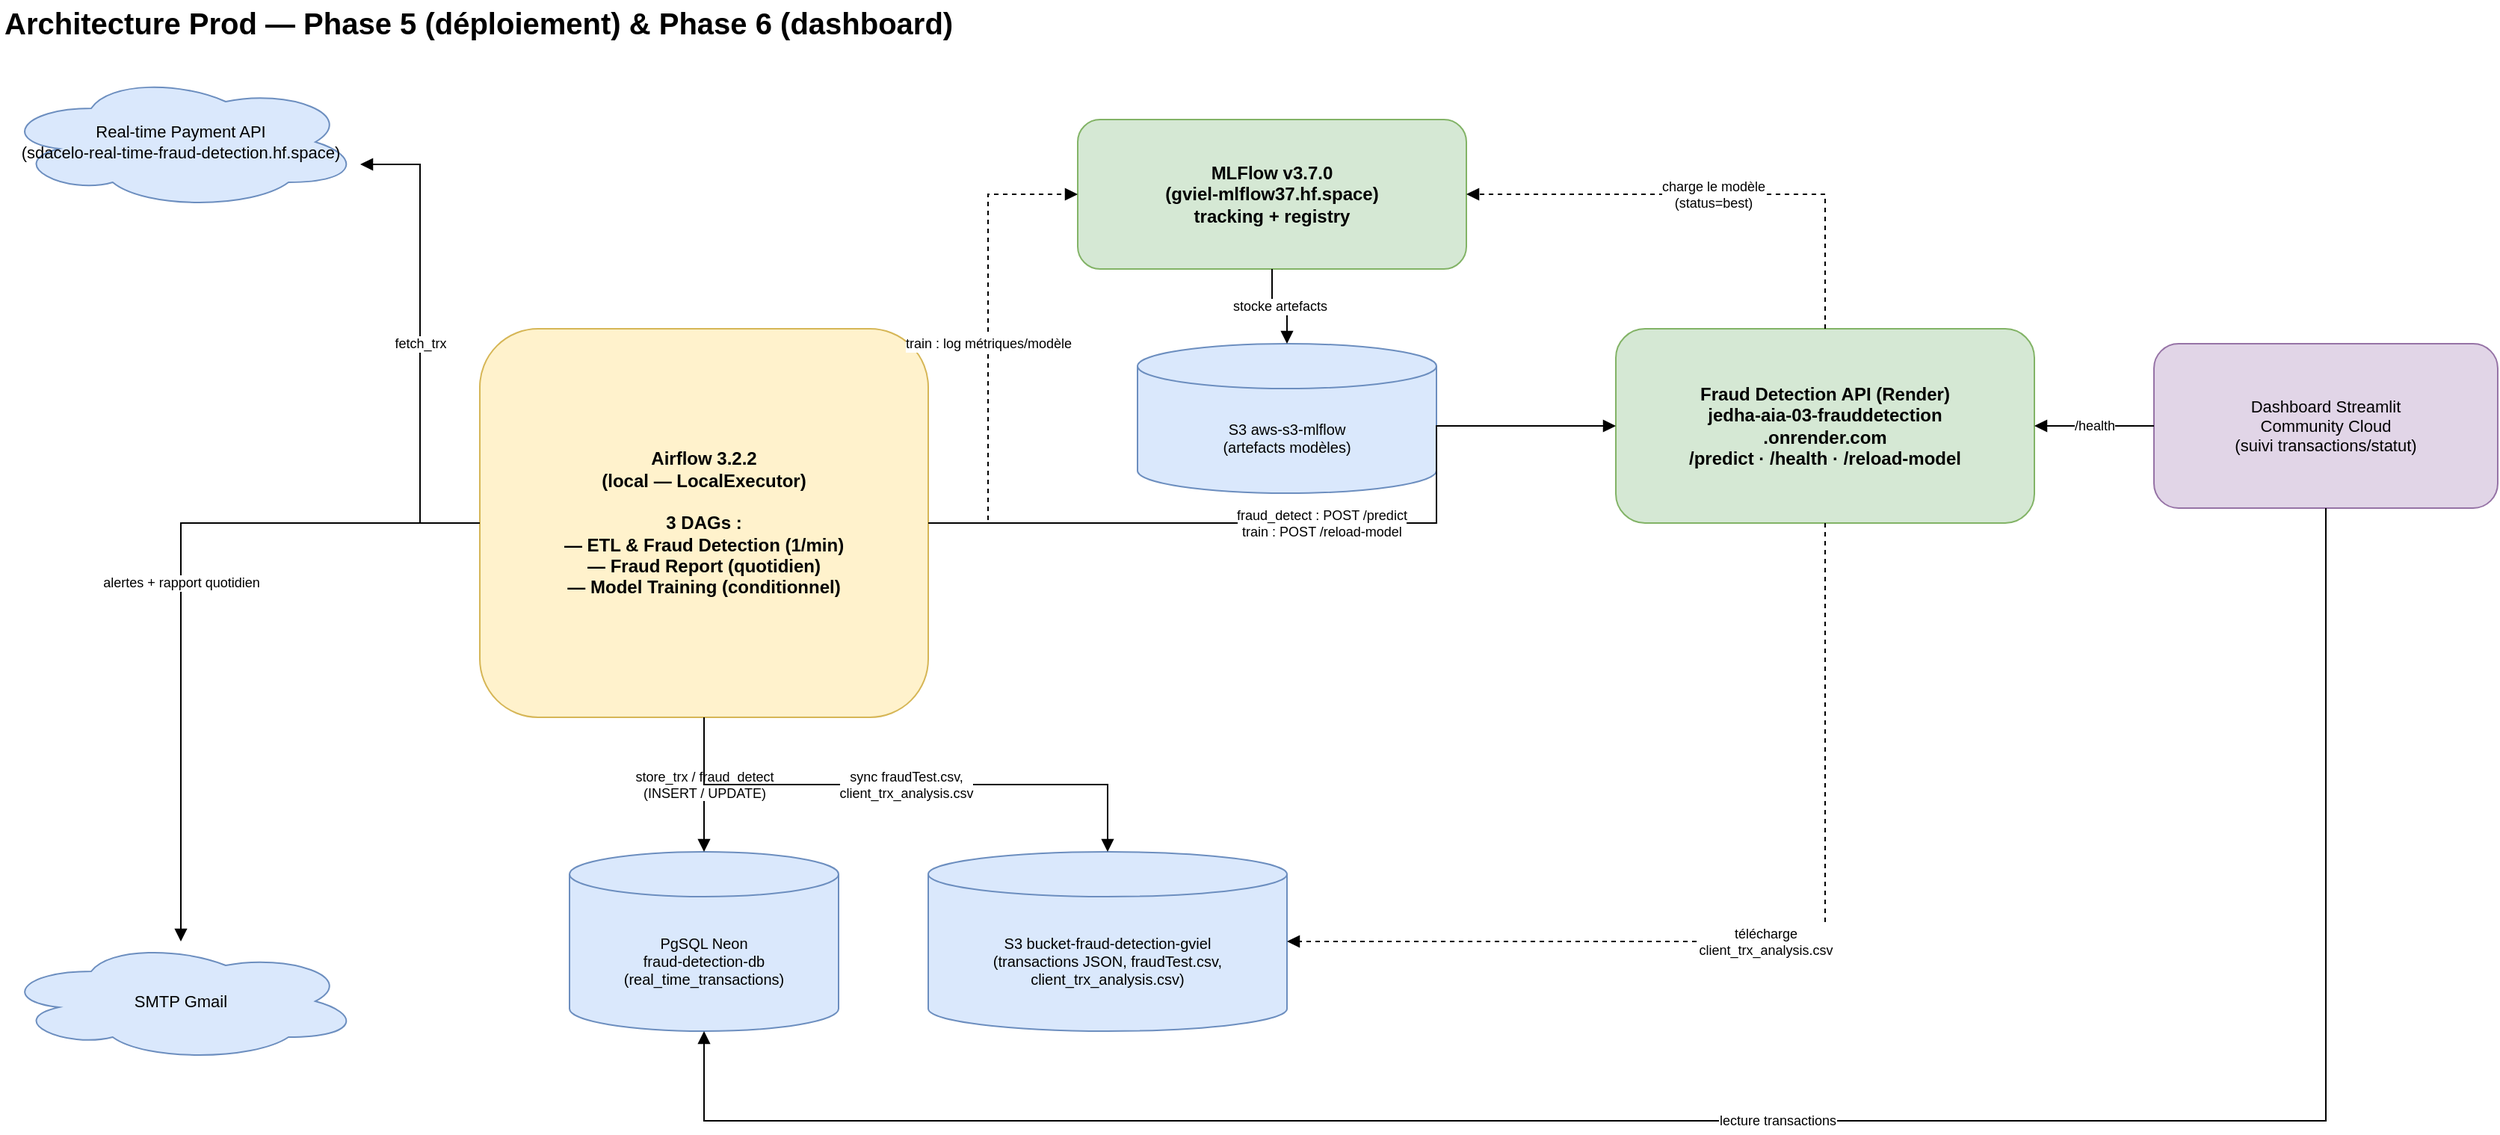
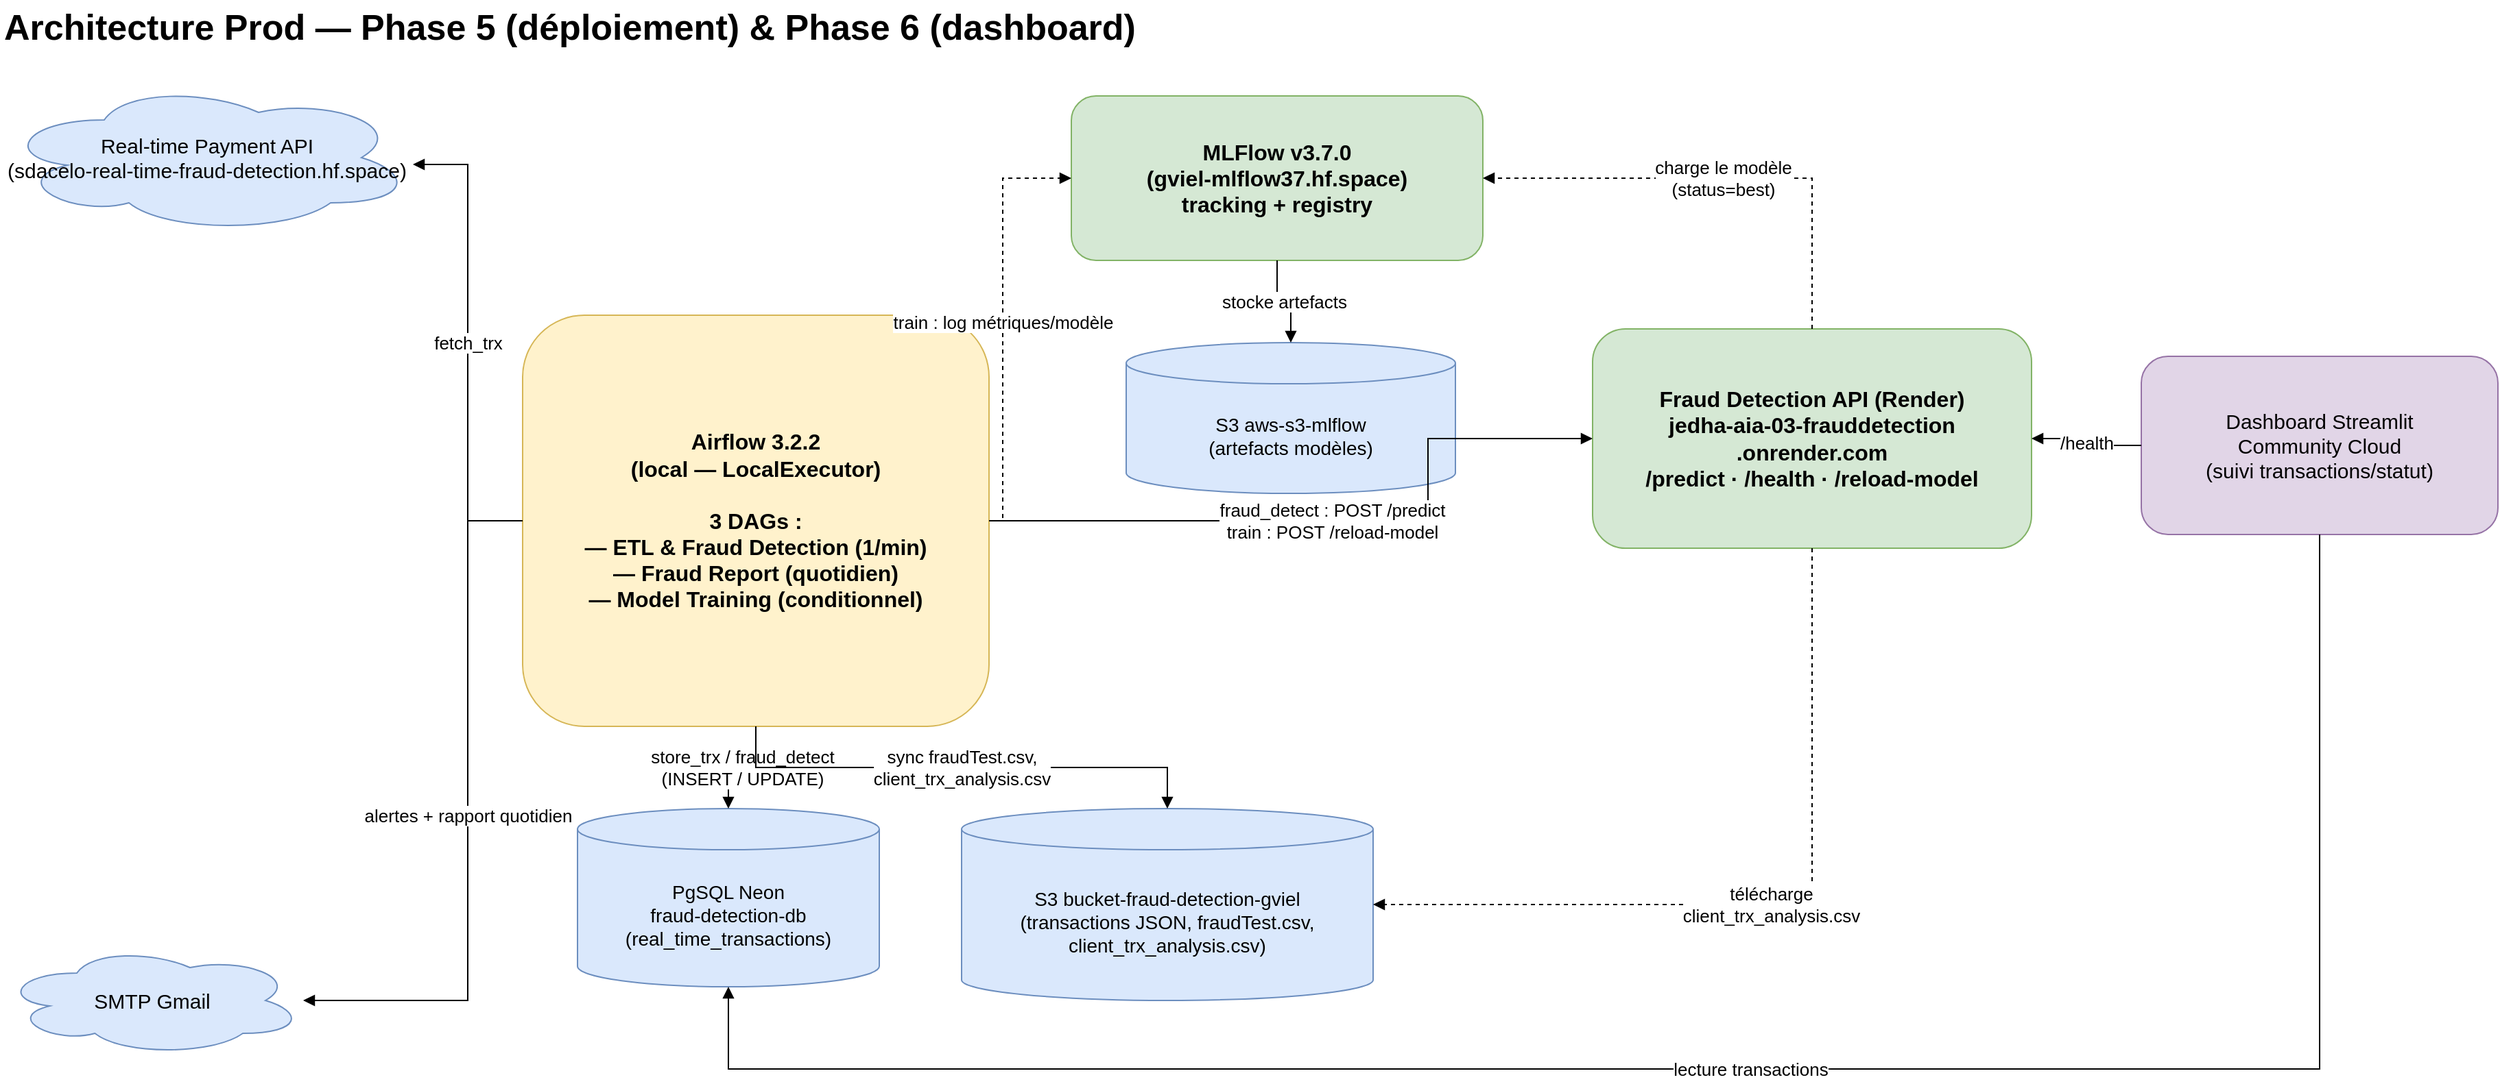
<mxfile host="app.diagrams.net" agent="claude-code" version="24.0.0">
  <diagram id="prod-architecture" name="Architecture Prod (Phase 5-6)">
-     <mxGraphModel dx="1600" dy="900" grid="1" gridSize="10" guides="1" tooltips="1" connect="1" arrows="1" fold="1" page="1" pageScale="1" pageWidth="1754" pageHeight="900" math="0" shadow="0">
+     <mxGraphModel dx="1600" dy="900" grid="1" gridSize="10" guides="1" tooltips="1" connect="1" arrows="1" fold="1" page="1" pageScale="1" pageWidth="1920" pageHeight="850" math="0" shadow="0">
      <root>
        <mxCell id="0" />
        <mxCell id="1" parent="0" />

        <!-- Title -->
-         <mxCell id="title" value="Architecture Prod — Phase 5 (déploiement) &amp; Phase 6 (dashboard)" style="text;html=1;fontSize=20;fontStyle=1;align=left;verticalAlign=middle;" vertex="1" parent="1">
-           <mxGeometry x="40" y="10" width="900" height="30" as="geometry" />
+         <mxCell id="title" value="Architecture Prod — Phase 5 (déploiement) &amp; Phase 6 (dashboard)" style="text;html=1;fontSize=26;fontStyle=1;align=left;verticalAlign=middle;" vertex="1" parent="1">
+           <mxGeometry x="40" y="10" width="1000" height="40" as="geometry" />
        </mxCell>

        <!-- External systems -->
-         <mxCell id="jedha" value="Real-time Payment API&#10;(sdacelo-real-time-fraud-detection.hf.space)" style="shape=cloud;whiteSpace=wrap;html=1;fillColor=#dae8fc;strokeColor=#6c8ebf;fontSize=11;" vertex="1" parent="1">
-           <mxGeometry x="40" y="60" width="240" height="90" as="geometry" />
+         <mxCell id="jedha" value="Real-time Payment API&#10;(sdacelo-real-time-fraud-detection.hf.space)" style="shape=cloud;whiteSpace=wrap;html=1;fillColor=#dae8fc;strokeColor=#6c8ebf;fontSize=15;" vertex="1" parent="1">
+           <mxGeometry x="40" y="70" width="300" height="110" as="geometry" />
        </mxCell>
-         <mxCell id="smtp" value="SMTP Gmail" style="shape=cloud;whiteSpace=wrap;html=1;fillColor=#dae8fc;strokeColor=#6c8ebf;fontSize=11;" vertex="1" parent="1">
-           <mxGeometry x="40" y="640" width="240" height="80" as="geometry" />
+         <mxCell id="smtp" value="SMTP Gmail" style="shape=cloud;whiteSpace=wrap;html=1;fillColor=#dae8fc;strokeColor=#6c8ebf;fontSize=15;" vertex="1" parent="1">
+           <mxGeometry x="40" y="700" width="220" height="80" as="geometry" />
        </mxCell>

        <!-- Airflow (single block, local) -->
-         <mxCell id="airflow" value="Airflow 3.2.2&#10;(local — LocalExecutor)&#10;&#10;3 DAGs :&#10;— ETL &amp; Fraud Detection (1/min)&#10;— Fraud Report (quotidien)&#10;— Model Training (conditionnel)" style="rounded=1;whiteSpace=wrap;html=1;fillColor=#fff2cc;strokeColor=#d6b656;fontSize=12;fontStyle=1;align=center;verticalAlign=middle;" vertex="1" parent="1">
-           <mxGeometry x="360" y="230" width="300" height="260" as="geometry" />
+         <mxCell id="airflow" value="Airflow 3.2.2&#10;(local — LocalExecutor)&#10;&#10;3 DAGs :&#10;— ETL &amp; Fraud Detection (1/min)&#10;— Fraud Report (quotidien)&#10;— Model Training (conditionnel)" style="rounded=1;whiteSpace=wrap;html=1;fillColor=#fff2cc;strokeColor=#d6b656;fontSize=16;fontStyle=1;align=center;verticalAlign=middle;" vertex="1" parent="1">
+           <mxGeometry x="420" y="240" width="340" height="300" as="geometry" />
        </mxCell>

        <!-- Data layer -->
-         <mxCell id="neon" value="PgSQL Neon&#10;fraud-detection-db&#10;(real_time_transactions)" style="shape=cylinder3;whiteSpace=wrap;html=1;boundedLbl=1;backgroundOutline=1;size=15;fillColor=#dae8fc;strokeColor=#6c8ebf;fontSize=10;" vertex="1" parent="1">
-           <mxGeometry x="420" y="580" width="180" height="120" as="geometry" />
+         <mxCell id="neon" value="PgSQL Neon&#10;fraud-detection-db&#10;(real_time_transactions)" style="shape=cylinder3;whiteSpace=wrap;html=1;boundedLbl=1;backgroundOutline=1;size=15;fillColor=#dae8fc;strokeColor=#6c8ebf;fontSize=14;" vertex="1" parent="1">
+           <mxGeometry x="460" y="600" width="220" height="130" as="geometry" />
        </mxCell>
-         <mxCell id="s3Trx" value="S3 bucket-fraud-detection-gviel&#10;(transactions JSON, fraudTest.csv,&#10;client_trx_analysis.csv)" style="shape=cylinder3;whiteSpace=wrap;html=1;boundedLbl=1;backgroundOutline=1;size=15;fillColor=#dae8fc;strokeColor=#6c8ebf;fontSize=10;" vertex="1" parent="1">
-           <mxGeometry x="660" y="580" width="240" height="120" as="geometry" />
+         <mxCell id="s3Trx" value="S3 bucket-fraud-detection-gviel&#10;(transactions JSON, fraudTest.csv,&#10;client_trx_analysis.csv)" style="shape=cylinder3;whiteSpace=wrap;html=1;boundedLbl=1;backgroundOutline=1;size=15;fillColor=#dae8fc;strokeColor=#6c8ebf;fontSize=14;" vertex="1" parent="1">
+           <mxGeometry x="740" y="600" width="300" height="140" as="geometry" />
        </mxCell>

        <!-- MLFlow + artifact store -->
-         <mxCell id="mlflow" value="MLFlow v3.7.0&#10;(gviel-mlflow37.hf.space)&#10;tracking + registry" style="rounded=1;whiteSpace=wrap;html=1;fillColor=#d5e8d4;strokeColor=#82b366;fontSize=12;fontStyle=1;" vertex="1" parent="1">
-           <mxGeometry x="760" y="90" width="260" height="100" as="geometry" />
+         <mxCell id="mlflow" value="MLFlow v3.7.0&#10;(gviel-mlflow37.hf.space)&#10;tracking + registry" style="rounded=1;whiteSpace=wrap;html=1;fillColor=#d5e8d4;strokeColor=#82b366;fontSize=16;fontStyle=1;" vertex="1" parent="1">
+           <mxGeometry x="820" y="80" width="300" height="120" as="geometry" />
        </mxCell>
-         <mxCell id="s3Mlflow" value="S3 aws-s3-mlflow&#10;(artefacts modèles)" style="shape=cylinder3;whiteSpace=wrap;html=1;boundedLbl=1;backgroundOutline=1;size=15;fillColor=#dae8fc;strokeColor=#6c8ebf;fontSize=10;" vertex="1" parent="1">
-           <mxGeometry x="800" y="240" width="200" height="100" as="geometry" />
+         <mxCell id="s3Mlflow" value="S3 aws-s3-mlflow&#10;(artefacts modèles)" style="shape=cylinder3;whiteSpace=wrap;html=1;boundedLbl=1;backgroundOutline=1;size=15;fillColor=#dae8fc;strokeColor=#6c8ebf;fontSize=14;" vertex="1" parent="1">
+           <mxGeometry x="860" y="260" width="240" height="110" as="geometry" />
        </mxCell>

        <!-- Fraud Detection API (Render) -->
-         <mxCell id="renderApi" value="Fraud Detection API (Render)&#10;jedha-aia-03-frauddetection&#10;.onrender.com&#10;/predict · /health · /reload-model" style="rounded=1;whiteSpace=wrap;html=1;fillColor=#d5e8d4;strokeColor=#82b366;fontSize=12;fontStyle=1;" vertex="1" parent="1">
-           <mxGeometry x="1120" y="230" width="280" height="130" as="geometry" />
+         <mxCell id="renderApi" value="Fraud Detection API (Render)&#10;jedha-aia-03-frauddetection&#10;.onrender.com&#10;/predict · /health · /reload-model" style="rounded=1;whiteSpace=wrap;html=1;fillColor=#d5e8d4;strokeColor=#82b366;fontSize=16;fontStyle=1;" vertex="1" parent="1">
+           <mxGeometry x="1200" y="250" width="320" height="160" as="geometry" />
        </mxCell>

        <!-- Streamlit Dashboard -->
-         <mxCell id="dashboard" value="Dashboard Streamlit&#10;Community Cloud&#10;(suivi transactions/statut)" style="rounded=1;whiteSpace=wrap;html=1;fillColor=#e1d5e7;strokeColor=#9673a6;fontSize=11;" vertex="1" parent="1">
-           <mxGeometry x="1480" y="240" width="230" height="110" as="geometry" />
+         <mxCell id="dashboard" value="Dashboard Streamlit&#10;Community Cloud&#10;(suivi transactions/statut)" style="rounded=1;whiteSpace=wrap;html=1;fillColor=#e1d5e7;strokeColor=#9673a6;fontSize=15;" vertex="1" parent="1">
+           <mxGeometry x="1600" y="270" width="260" height="130" as="geometry" />
        </mxCell>

        <!-- Edges: Airflow -->
-         <mxCell id="e1" value="fetch_trx" style="edgeStyle=orthogonalEdgeStyle;rounded=0;html=1;endArrow=block;fontSize=9;" edge="1" parent="1" source="airflow" target="jedha">
+         <mxCell id="e1" value="fetch_trx" style="edgeStyle=orthogonalEdgeStyle;rounded=0;html=1;endArrow=block;fontSize=13;" edge="1" parent="1" source="airflow" target="jedha">
          <mxGeometry relative="1" as="geometry">
            <Array as="points">
-               <mxPoint x="320" y="120" />
+               <mxPoint x="380" y="130" />
            </Array>
          </mxGeometry>
        </mxCell>

-         <mxCell id="e2" value="store_trx / fraud_detect&#10;(INSERT / UPDATE)" style="edgeStyle=orthogonalEdgeStyle;rounded=0;html=1;endArrow=block;fontSize=9;" edge="1" parent="1" source="airflow" target="neon">
+         <mxCell id="e2" value="store_trx / fraud_detect&#10;(INSERT / UPDATE)" style="edgeStyle=orthogonalEdgeStyle;rounded=0;html=1;endArrow=block;fontSize=13;" edge="1" parent="1" source="airflow" target="neon">
          <mxGeometry relative="1" as="geometry" />
        </mxCell>

-         <mxCell id="e3" value="sync fraudTest.csv,&#10;client_trx_analysis.csv" style="edgeStyle=orthogonalEdgeStyle;rounded=0;html=1;endArrow=block;fontSize=9;" edge="1" parent="1" source="airflow" target="s3Trx">
+         <mxCell id="e3" value="sync fraudTest.csv,&#10;client_trx_analysis.csv" style="edgeStyle=orthogonalEdgeStyle;rounded=0;html=1;endArrow=block;fontSize=13;" edge="1" parent="1" source="airflow" target="s3Trx">
          <mxGeometry relative="1" as="geometry" />
        </mxCell>

-         <mxCell id="e4" value="fraud_detect : POST /predict&#10;train : POST /reload-model" style="edgeStyle=orthogonalEdgeStyle;rounded=0;html=1;endArrow=block;fontSize=9;" edge="1" parent="1" source="airflow" target="renderApi">
+         <mxCell id="e4" value="fraud_detect : POST /predict&#10;train : POST /reload-model" style="edgeStyle=orthogonalEdgeStyle;rounded=0;html=1;endArrow=block;fontSize=13;" edge="1" parent="1" source="airflow" target="renderApi">
          <mxGeometry relative="1" as="geometry">
            <Array as="points">
-               <mxPoint x="1000" y="360" />
+               <mxPoint x="1080" y="390" />
            </Array>
          </mxGeometry>
        </mxCell>

-         <mxCell id="e5" value="train : log métriques/modèle" style="edgeStyle=orthogonalEdgeStyle;rounded=0;html=1;endArrow=block;fontSize=9;dashed=1;" edge="1" parent="1" source="airflow" target="mlflow">
+         <mxCell id="e5" value="train : log métriques/modèle" style="edgeStyle=orthogonalEdgeStyle;rounded=0;html=1;endArrow=block;fontSize=13;dashed=1;" edge="1" parent="1" source="airflow" target="mlflow">
          <mxGeometry relative="1" as="geometry">
            <Array as="points">
-               <mxPoint x="700" y="140" />
+               <mxPoint x="770" y="140" />
            </Array>
          </mxGeometry>
        </mxCell>

-         <mxCell id="e6" value="alertes + rapport quotidien" style="edgeStyle=orthogonalEdgeStyle;rounded=0;html=1;endArrow=block;fontSize=9;" edge="1" parent="1" source="airflow" target="smtp">
-           <mxGeometry relative="1" as="geometry" />
+         <mxCell id="e6" value="alertes + rapport quotidien" style="edgeStyle=orthogonalEdgeStyle;rounded=0;html=1;endArrow=block;fontSize=13;" edge="1" parent="1" source="airflow" target="smtp">
+           <mxGeometry relative="1" as="geometry">
+             <Array as="points">
+               <mxPoint x="380" y="740" />
+             </Array>
+           </mxGeometry>
        </mxCell>

        <!-- Edges: MLFlow -->
-         <mxCell id="e7" value="stocke artefacts" style="edgeStyle=orthogonalEdgeStyle;rounded=0;html=1;endArrow=block;fontSize=9;" edge="1" parent="1" source="mlflow" target="s3Mlflow">
+         <mxCell id="e7" value="stocke artefacts" style="edgeStyle=orthogonalEdgeStyle;rounded=0;html=1;endArrow=block;fontSize=13;" edge="1" parent="1" source="mlflow" target="s3Mlflow">
          <mxGeometry relative="1" as="geometry" />
        </mxCell>

        <!-- Edges: Render API -->
-         <mxCell id="e8" value="charge le modèle&#10;(status=best)" style="edgeStyle=orthogonalEdgeStyle;rounded=0;html=1;endArrow=block;fontSize=9;dashed=1;" edge="1" parent="1" source="renderApi" target="mlflow">
+         <mxCell id="e8" value="charge le modèle&#10;(status=best)" style="edgeStyle=orthogonalEdgeStyle;rounded=0;html=1;endArrow=block;fontSize=13;dashed=1;" edge="1" parent="1" source="renderApi" target="mlflow">
          <mxGeometry relative="1" as="geometry">
            <Array as="points">
-               <mxPoint x="1260" y="140" />
+               <mxPoint x="1360" y="140" />
            </Array>
          </mxGeometry>
        </mxCell>

-         <mxCell id="e9" value="télécharge&#10;client_trx_analysis.csv" style="edgeStyle=orthogonalEdgeStyle;rounded=0;html=1;endArrow=block;fontSize=9;dashed=1;" edge="1" parent="1" source="renderApi" target="s3Trx">
+         <mxCell id="e9" value="télécharge&#10;client_trx_analysis.csv" style="edgeStyle=orthogonalEdgeStyle;rounded=0;html=1;endArrow=block;fontSize=13;dashed=1;" edge="1" parent="1" source="renderApi" target="s3Trx">
          <mxGeometry relative="1" as="geometry">
            <Array as="points">
-               <mxPoint x="1260" y="640" />
+               <mxPoint x="1360" y="670" />
            </Array>
          </mxGeometry>
        </mxCell>

        <!-- Edges: Dashboard -->
-         <mxCell id="e10" value="lecture transactions" style="edgeStyle=orthogonalEdgeStyle;rounded=0;html=1;endArrow=block;fontSize=9;" edge="1" parent="1" source="dashboard" target="neon">
+         <mxCell id="e10" value="lecture transactions" style="edgeStyle=orthogonalEdgeStyle;rounded=0;html=1;endArrow=block;fontSize=13;" edge="1" parent="1" source="dashboard" target="neon">
          <mxGeometry relative="1" as="geometry">
            <Array as="points">
-               <mxPoint x="1595" y="760" />
-               <mxPoint x="510" y="760" />
+               <mxPoint x="1730" y="790" />
+               <mxPoint x="570" y="790" />
            </Array>
          </mxGeometry>
        </mxCell>

-         <mxCell id="e11" value="/health" style="edgeStyle=orthogonalEdgeStyle;rounded=0;html=1;endArrow=block;fontSize=9;" edge="1" parent="1" source="dashboard" target="renderApi">
+         <mxCell id="e11" value="/health" style="edgeStyle=orthogonalEdgeStyle;rounded=0;html=1;endArrow=block;fontSize=13;" edge="1" parent="1" source="dashboard" target="renderApi">
          <mxGeometry relative="1" as="geometry" />
        </mxCell>

      </root>
    </mxGraphModel>
  </diagram>
</mxfile>
